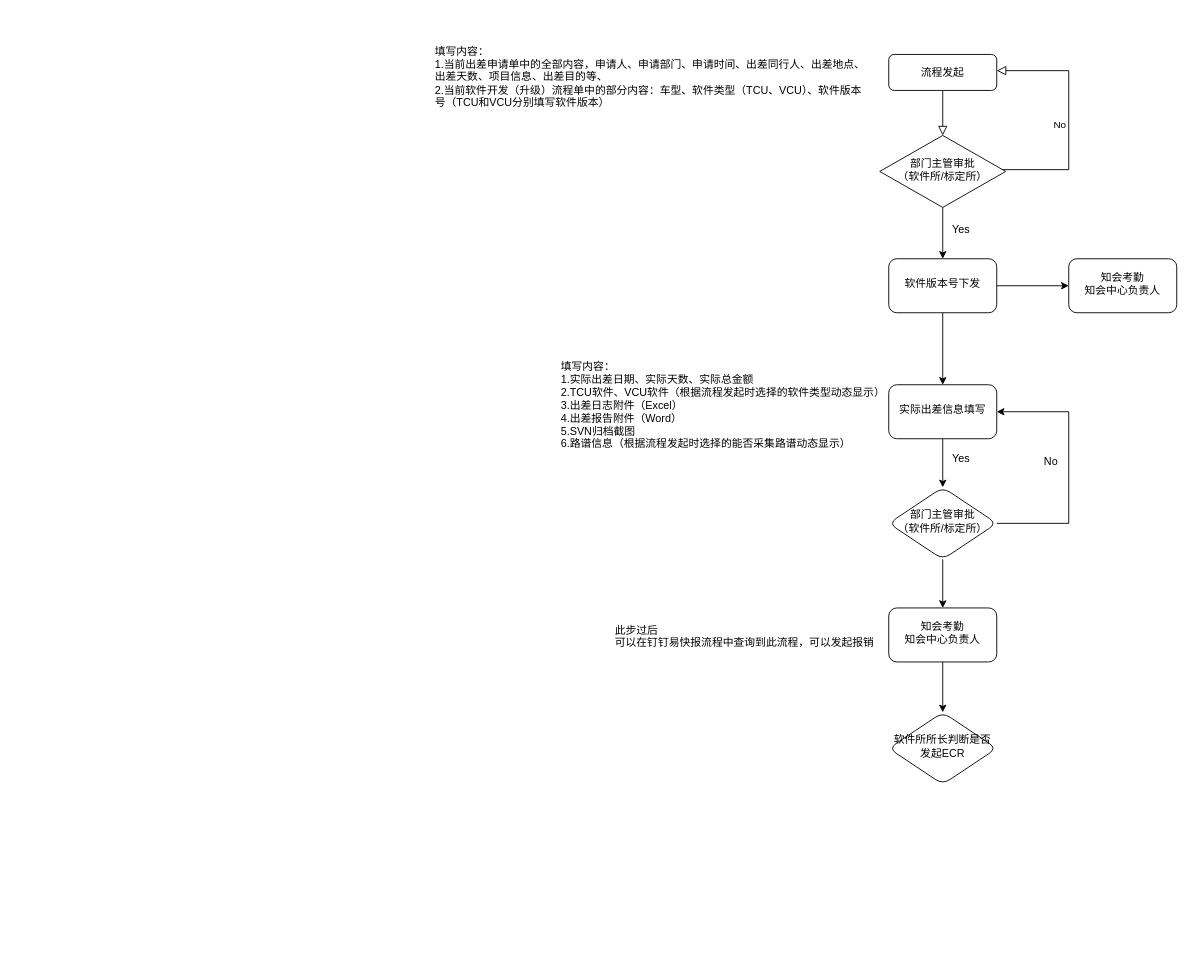
The draw.io diagram 软件标定流程图.drawio in donx0601/note-gen-image-sync, before the edit. Source tidied: cells renumbered, new cells numbered last; positions are measured from the earlier drawing's top-left corner, leaving out a move shared by most shapes. Both pictures are drawn from the tidied source at 90%, with x=0, y=0 at pixel (429, 18).
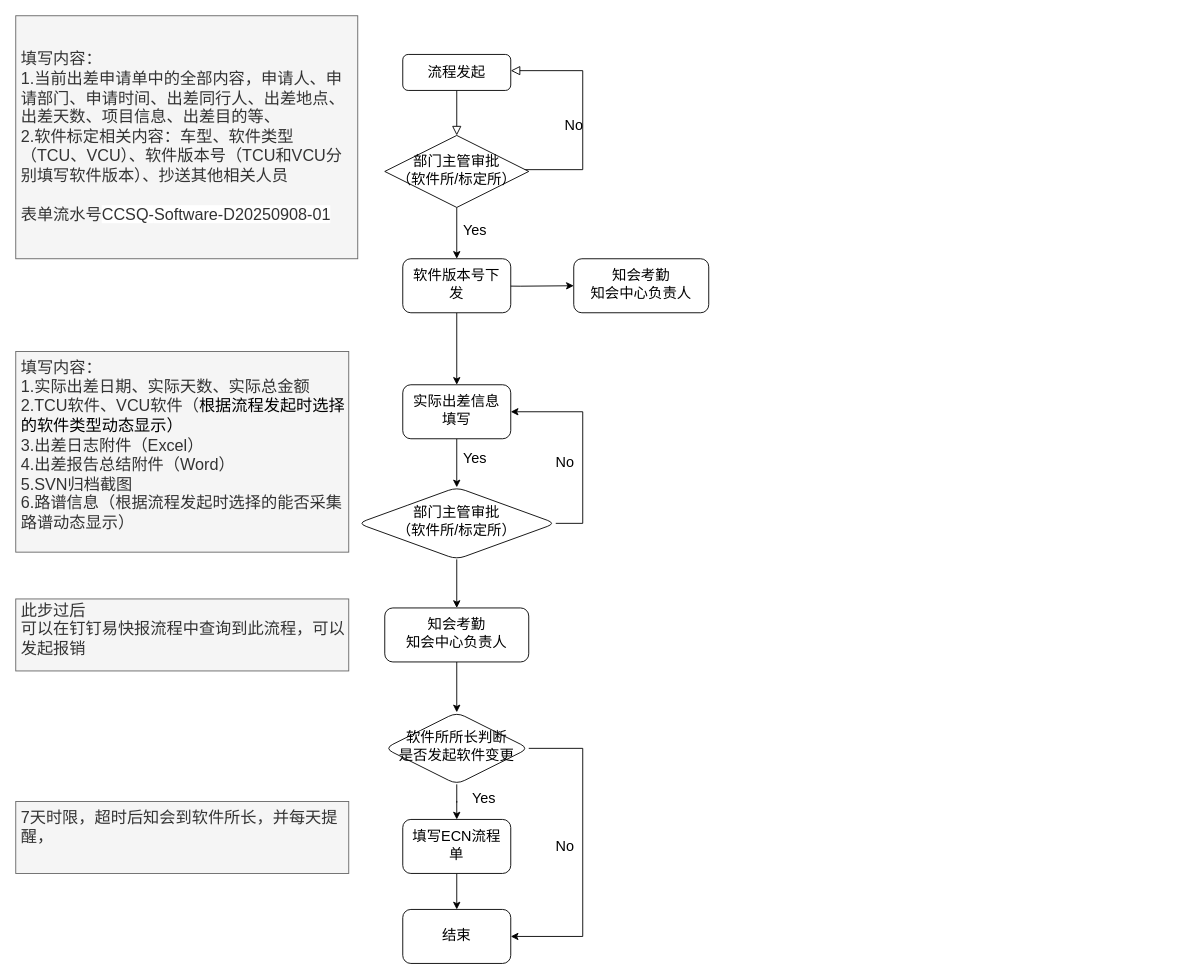
The same diagram, later.

Commit message:
更新软件标定流程图.drawio

Diff of the diagram source:
```diff
@@
-    <mxCell id="2" style="rounded=0;html=1;jettySize=auto;fontSize=11;endArrow=block;endFill=0;endSize=8;strokeWidth=1;shadow=0;labelBackgroundColor=none;edgeStyle=orthogonalEdgeStyle;" parent="1" edge="1" source="3" target="6">
+    <mxCell id="2" style="rounded=0;html=1;jettySize=auto;fontSize=16;endArrow=block;endFill=0;endSize=8;strokeWidth=1;shadow=0;labelBackgroundColor=none;edgeStyle=orthogonalEdgeStyle;" parent="1" edge="1" source="3" target="6">
       <mxGeometry relative="1" as="geometry" />
     </mxCell>
-    <mxCell id="3" value="流程发起" style="rounded=1;whiteSpace=wrap;html=1;fontSize=12;glass=0;strokeWidth=1;shadow=0;" parent="1" vertex="1">
-      <mxGeometry x="510" y="40" width="120" height="40" as="geometry" />
+    <mxCell id="3" value="流程发起" style="rounded=1;whiteSpace=wrap;html=1;fontSize=16;glass=0;strokeWidth=1;shadow=0;" parent="1" vertex="1">
+      <mxGeometry x="-30" y="40" width="120" height="40" as="geometry" />
     </mxCell>
-    <mxCell id="4" value="No" style="edgeStyle=orthogonalEdgeStyle;rounded=0;html=1;jettySize=auto;orthogonalLoop=1;fontSize=11;endArrow=block;endFill=0;endSize=8;strokeWidth=1;shadow=0;labelBackgroundColor=none;entryX=1;entryY=0.5;entryDx=0;entryDy=0;" parent="1" edge="1">
+    <mxCell id="4" value="No" style="edgeStyle=orthogonalEdgeStyle;rounded=0;html=1;jettySize=auto;orthogonalLoop=1;fontSize=16;endArrow=block;endFill=0;endSize=8;strokeWidth=1;shadow=0;labelBackgroundColor=none;entryX=1;entryY=0.5;entryDx=0;entryDy=0;" parent="1" edge="1">
       <mxGeometry y="10" relative="1" as="geometry">
-        <mxPoint x="620" y="168" as="sourcePoint" />
-        <mxPoint x="630" y="58" as="targetPoint" />
+        <mxPoint x="80" y="168" as="sourcePoint" />
+        <mxPoint x="90" y="58" as="targetPoint" />
         <Array as="points">
-          <mxPoint x="710" y="168" />
-          <mxPoint x="710" y="58" />
+          <mxPoint x="170" y="168" />
+          <mxPoint x="170" y="58" />
         </Array>
       </mxGeometry>
     </mxCell>
-    <mxCell id="5" style="edgeStyle=orthogonalEdgeStyle;rounded=0;jettySize=auto;html=1;" parent="1" edge="1" source="6" target="10">
+    <mxCell id="5" style="edgeStyle=orthogonalEdgeStyle;rounded=0;jettySize=auto;html=1;fontSize=16;" parent="1" edge="1" source="6" target="10">
       <mxGeometry relative="1" as="geometry" />
     </mxCell>
-    <mxCell id="6" value="部门主管审批&lt;div&gt;（软件所/标定所）&lt;/div&gt;" style="rhombus;whiteSpace=wrap;html=1;shadow=0;fontFamily=Helvetica;fontSize=12;align=center;strokeWidth=1;spacing=6;spacingTop=-4;" parent="1" vertex="1">
-      <mxGeometry x="500" y="130" width="140" height="80" as="geometry" />
+    <mxCell id="6" value="部门主管审批&lt;div&gt;（软件所/标定所）&lt;/div&gt;" style="rhombus;whiteSpace=wrap;html=1;shadow=0;fontFamily=Helvetica;fontSize=16;align=center;strokeWidth=1;spacing=6;spacingTop=-4;" parent="1" vertex="1">
+      <mxGeometry x="-50" y="130" width="160" height="80" as="geometry" />
     </mxCell>
-    <mxCell id="7" value="填写内容：&lt;div&gt;1.当前出差申请单中的全部内容，申请人、申请部门、申请时间、出差同行人、出差地点、出差天数、项目信息、出差目的等、&lt;/div&gt;&lt;div&gt;2.当前软件开发（升级）流程单中的部分内容：车型、软件类型（TCU、VCU）、软件版本号（TCU和VCU分别填写软件版本）&lt;/div&gt;" style="text;strokeColor=none;fillColor=none;align=left;verticalAlign=middle;spacingLeft=4;spacingRight=4;overflow=hidden;whiteSpace=wrap;html=1;" parent="1" vertex="1">
-      <mxGeometry width="490" height="130" as="geometry" />
+    <mxCell id="7" value="&lt;font style=&quot;font-size: 18px;&quot;&gt;填写内容：&lt;/font&gt;&lt;div&gt;&lt;font style=&quot;font-size: 18px;&quot;&gt;1.当前出差申请单中的全部内容，申请人、申请部门、申请时间、出差同行人、出差地点、出差天数、项目信息、出差目的等、&lt;/font&gt;&lt;/div&gt;&lt;div&gt;&lt;font style=&quot;font-size: 18px;&quot;&gt;2.软件标定相关内容：车型、软件类型（TCU、VCU）、软件版本号（TCU和VCU分别填写软件版本）、抄送其他相关人员&lt;/font&gt;&lt;/div&gt;&lt;div&gt;&lt;font style=&quot;font-size: 18px;&quot;&gt;&lt;br&gt;&lt;/font&gt;&lt;/div&gt;&lt;div&gt;&lt;font style=&quot;font-size: 18px;&quot;&gt;表单流水号&lt;span style=&quot;background-color: rgb(255, 255, 255); color: rgb(51, 51, 51); font-family: &amp;quot;Microsoft YaHei&amp;quot;; text-align: center;&quot;&gt;CCSQ-&lt;/span&gt;&lt;span style=&quot;background-color: rgb(255, 255, 255); color: rgb(51, 51, 51); font-family: &amp;quot;Microsoft YaHei&amp;quot;;&quot;&gt;Software-D20250908-01&lt;/span&gt;&lt;/font&gt;&lt;/div&gt;" style="text;strokeColor=#666666;fillColor=#f5f5f5;align=left;verticalAlign=middle;spacingLeft=4;spacingRight=4;overflow=hidden;whiteSpace=wrap;html=1;fontColor=#333333;" parent="1" vertex="1">
+      <mxGeometry x="-460" y="-3" width="380" height="270" as="geometry" />
     </mxCell>
-    <mxCell id="8" style="edgeStyle=orthogonalEdgeStyle;rounded=0;jettySize=auto;html=1;" parent="1" edge="1" source="10" target="12">
-      <mxGeometry relative="1" as="geometry" />
+    <mxCell id="8" style="edgeStyle=orthogonalEdgeStyle;rounded=0;jettySize=auto;html=1;fontSize=16;entryX=0;entryY=0.5;entryDx=0;entryDy=0;" parent="1" edge="1" target="12">
+      <mxGeometry relative="1" as="geometry">
+        <mxPoint x="40" y="297" as="sourcePoint" />
+      </mxGeometry>
     </mxCell>
-    <mxCell id="9" style="edgeStyle=orthogonalEdgeStyle;rounded=0;jettySize=auto;html=1;" parent="1" edge="1" source="10" target="14">
+    <mxCell id="9" style="edgeStyle=orthogonalEdgeStyle;rounded=0;jettySize=auto;html=1;fontSize=16;" parent="1" edge="1" source="10" target="14">
       <mxGeometry relative="1" as="geometry" />
     </mxCell>
-    <mxCell id="10" value="软件版本号下发" style="rounded=1;whiteSpace=wrap;html=1;shadow=0;strokeWidth=1;spacing=6;spacingTop=-4;" parent="1" vertex="1">
-      <mxGeometry x="510" y="267" width="120" height="60" as="geometry" />
+    <mxCell id="10" value="软件版本号下发" style="rounded=1;whiteSpace=wrap;html=1;shadow=0;strokeWidth=1;spacing=6;spacingTop=-4;fontSize=16;" parent="1" vertex="1">
+      <mxGeometry x="-30" y="267" width="120" height="60" as="geometry" />
     </mxCell>
-    <mxCell id="11" value="Yes" style="text;html=1;align=center;verticalAlign=middle;strokeColor=none;fillColor=none;" parent="1" vertex="1">
-      <mxGeometry x="570" y="220" width="40" height="30" as="geometry" />
+    <mxCell id="11" value="Yes" style="text;html=1;align=center;verticalAlign=middle;strokeColor=none;fillColor=none;fontSize=16;" parent="1" vertex="1">
+      <mxGeometry x="25" y="220" width="50" height="30" as="geometry" />
     </mxCell>
-    <mxCell id="12" value="知会考勤&lt;div&gt;知会中心负责人&lt;/div&gt;" style="whiteSpace=wrap;html=1;rounded=1;shadow=0;strokeWidth=1;spacing=6;spacingTop=-4;" parent="1" vertex="1">
-      <mxGeometry x="710" y="267" width="120" height="60" as="geometry" />
+    <mxCell id="12" value="知会考勤&lt;div&gt;知会中心负责人&lt;/div&gt;" style="whiteSpace=wrap;html=1;rounded=1;shadow=0;strokeWidth=1;spacing=6;spacingTop=-4;fontSize=16;" parent="1" vertex="1">
+      <mxGeometry x="160" y="267" width="150" height="60" as="geometry" />
     </mxCell>
-    <mxCell id="13" style="edgeStyle=orthogonalEdgeStyle;rounded=0;jettySize=auto;html=1;" parent="1" edge="1" source="14" target="18">
+    <mxCell id="13" style="edgeStyle=orthogonalEdgeStyle;rounded=0;jettySize=auto;html=1;fontSize=16;" parent="1" edge="1" source="14" target="18">
       <mxGeometry relative="1" as="geometry" />
     </mxCell>
-    <mxCell id="14" value="实际出差信息填写" style="whiteSpace=wrap;html=1;rounded=1;shadow=0;strokeWidth=1;spacing=6;spacingTop=-4;" parent="1" vertex="1">
-      <mxGeometry x="510" y="407" width="120" height="60" as="geometry" />
+    <mxCell id="14" value="实际出差信息填写" style="whiteSpace=wrap;html=1;rounded=1;shadow=0;strokeWidth=1;spacing=6;spacingTop=-4;fontSize=16;" parent="1" vertex="1">
+      <mxGeometry x="-30" y="407" width="120" height="60" as="geometry" />
     </mxCell>
-    <mxCell id="15" value="填写内容：&lt;div&gt;1.实际出差日期、实际天数、实际总金额&lt;/div&gt;&lt;div&gt;2.TCU软件、VCU软件（&lt;span style=&quot;background-color: transparent; color: light-dark(rgb(0, 0, 0), rgb(255, 255, 255));&quot;&gt;根据流程发起时选择的软件类型动态显示）&lt;/span&gt;&lt;/div&gt;&lt;div&gt;3.出差日志附件（Excel）&lt;/div&gt;&lt;div&gt;4.出差报告附件（Word）&lt;/div&gt;&lt;div&gt;5.SVN归档截图&lt;/div&gt;&lt;div&gt;6.路谱信息（根据流程发起时选择的能否采集路谱动态显示）&lt;/div&gt;&lt;div&gt;&lt;br&gt;&lt;/div&gt;" style="text;strokeColor=none;fillColor=none;align=left;verticalAlign=middle;spacingLeft=4;spacingRight=4;overflow=hidden;whiteSpace=wrap;html=1;" parent="1" vertex="1">
-      <mxGeometry x="140" y="372" width="380" height="130" as="geometry" />
+    <mxCell id="15" value="&lt;font style=&quot;font-size: 18px;&quot;&gt;填写内容：&lt;/font&gt;&lt;div&gt;&lt;font style=&quot;font-size: 18px;&quot;&gt;1.实际出差日期、实际天数、实际总金额&lt;/font&gt;&lt;/div&gt;&lt;div&gt;&lt;font style=&quot;font-size: 18px;&quot;&gt;2.TCU软件、VCU软件（&lt;span style=&quot;background-color: transparent; color: light-dark(rgb(0, 0, 0), rgb(255, 255, 255));&quot;&gt;根据流程发起时选择的软件类型动态显示）&lt;/span&gt;&lt;/font&gt;&lt;/div&gt;&lt;div&gt;&lt;font style=&quot;font-size: 18px;&quot;&gt;3.出差日志附件（Excel）&lt;/font&gt;&lt;/div&gt;&lt;div&gt;&lt;font style=&quot;font-size: 18px;&quot;&gt;4.出差报告总结附件（Word）&lt;/font&gt;&lt;/div&gt;&lt;div&gt;&lt;font style=&quot;font-size: 18px;&quot;&gt;5.SVN归档截图&lt;/font&gt;&lt;/div&gt;&lt;div&gt;&lt;font style=&quot;font-size: 18px;&quot;&gt;6.路谱信息（根据流程发起时选择的能否采集路谱动态显示）&lt;/font&gt;&lt;/div&gt;&lt;div&gt;&lt;br&gt;&lt;/div&gt;" style="text;strokeColor=#666666;fillColor=#f5f5f5;align=left;verticalAlign=middle;spacingLeft=4;spacingRight=4;overflow=hidden;whiteSpace=wrap;html=1;fontColor=#333333;" parent="1" vertex="1">
+      <mxGeometry x="-460" y="370" width="370" height="223" as="geometry" />
     </mxCell>
-    <mxCell id="16" style="edgeStyle=orthogonalEdgeStyle;rounded=0;jettySize=auto;html=1;" parent="1" edge="1" source="18">
+    <mxCell id="16" style="edgeStyle=orthogonalEdgeStyle;rounded=0;jettySize=auto;html=1;fontSize=16;" parent="1" edge="1" source="18">
       <mxGeometry relative="1" as="geometry">
-        <mxPoint x="630" y="437" as="targetPoint" />
+        <mxPoint x="90" y="437" as="targetPoint" />
         <Array as="points">
-          <mxPoint x="710" y="561" />
-          <mxPoint x="710" y="437" />
+          <mxPoint x="170" y="561" />
+          <mxPoint x="170" y="437" />
         </Array>
       </mxGeometry>
     </mxCell>
-    <mxCell id="17" style="edgeStyle=orthogonalEdgeStyle;rounded=0;jettySize=auto;html=1;" parent="1" edge="1" source="18" target="20">
+    <mxCell id="17" style="edgeStyle=orthogonalEdgeStyle;rounded=0;jettySize=auto;html=1;fontSize=16;" parent="1" edge="1" source="18" target="20">
       <mxGeometry relative="1" as="geometry" />
     </mxCell>
-    <mxCell id="18" value="部门主管审批&lt;div&gt;（软件所/标定所）&lt;/div&gt;" style="rhombus;whiteSpace=wrap;html=1;rounded=1;shadow=0;strokeWidth=1;spacing=6;spacingTop=-4;" parent="1" vertex="1">
-      <mxGeometry x="510" y="521" width="120" height="80" as="geometry" />
+    <mxCell id="18" value="部门主管审批&lt;div&gt;（软件所/标定所）&lt;/div&gt;" style="rhombus;whiteSpace=wrap;html=1;rounded=1;shadow=0;strokeWidth=1;spacing=6;spacingTop=-4;fontSize=16;" parent="1" vertex="1">
+      <mxGeometry x="-80" y="521" width="220" height="80" as="geometry" />
     </mxCell>
-    <mxCell id="19" style="edgeStyle=orthogonalEdgeStyle;rounded=0;jettySize=auto;html=1;" parent="1" edge="1" source="20" target="22">
+    <mxCell id="19" style="edgeStyle=orthogonalEdgeStyle;rounded=0;jettySize=auto;html=1;fontSize=16;" parent="1" edge="1" source="20" target="22">
       <mxGeometry relative="1" as="geometry" />
     </mxCell>
-    <mxCell id="20" value="知会考勤&lt;div&gt;知会中心负责人&lt;/div&gt;" style="whiteSpace=wrap;html=1;rounded=1;shadow=0;strokeWidth=1;spacing=6;spacingTop=-4;" parent="1" vertex="1">
-      <mxGeometry x="510" y="655" width="120" height="60" as="geometry" />
+    <mxCell id="20" value="知会考勤&lt;div&gt;知会中心负责人&lt;/div&gt;" style="whiteSpace=wrap;html=1;rounded=1;shadow=0;strokeWidth=1;spacing=6;spacingTop=-4;fontSize=16;" parent="1" vertex="1">
+      <mxGeometry x="-50" y="655" width="160" height="60" as="geometry" />
     </mxCell>
-    <mxCell id="21" value="此步过后&lt;div&gt;可以在钉钉易快报流程中查询到此流程，可以发起报销&lt;br&gt;&lt;div&gt;&lt;br&gt;&lt;div&gt;&lt;br&gt;&lt;/div&gt;&lt;/div&gt;&lt;/div&gt;" style="text;strokeColor=none;fillColor=none;align=left;verticalAlign=middle;spacingLeft=4;spacingRight=4;overflow=hidden;whiteSpace=wrap;html=1;" parent="1" vertex="1">
-      <mxGeometry x="200" y="670" width="300" height="30" as="geometry" />
+    <mxCell id="21" value="&lt;font style=&quot;font-size: 18px;&quot;&gt;此步过后&lt;/font&gt;&lt;div&gt;&lt;font style=&quot;font-size: 18px;&quot;&gt;可以在钉钉易快报流程中查询到此流程，可以发起报销&lt;br&gt;&lt;/font&gt;&lt;div&gt;&lt;font style=&quot;font-size: 18px;&quot;&gt;&lt;br&gt;&lt;/font&gt;&lt;div&gt;&lt;br&gt;&lt;/div&gt;&lt;/div&gt;&lt;/div&gt;" style="text;strokeColor=#666666;fillColor=#f5f5f5;align=left;verticalAlign=middle;spacingLeft=4;spacingRight=4;overflow=hidden;whiteSpace=wrap;html=1;fontColor=#333333;" parent="1" vertex="1">
+      <mxGeometry x="-460" y="645" width="370" height="80" as="geometry" />
     </mxCell>
+    <mxCell id="25" style="edgeStyle=orthogonalEdgeStyle;rounded=0;jettySize=auto;html=1;fontSize=16;" parent="1" edge="1" source="22" target="28">
+      <mxGeometry relative="1" as="geometry" />
+    </mxCell>
+    <mxCell id="26" style="edgeStyle=orthogonalEdgeStyle;rounded=0;jettySize=auto;html=1;fontSize=16;" parent="1" edge="1" source="22">
+      <mxGeometry relative="1" as="geometry">
+        <mxPoint x="90" y="1020" as="targetPoint" />
+        <Array as="points">
+          <mxPoint x="170" y="811" />
+          <mxPoint x="170" y="1020" />
+        </Array>
+      </mxGeometry>
+    </mxCell>
-    <mxCell id="22" value="软件所所长判断是否发起ECR" style="rhombus;whiteSpace=wrap;html=1;rounded=1;shadow=0;strokeWidth=1;spacing=6;spacingTop=-4;" parent="1" vertex="1">
-      <mxGeometry x="510" y="771" width="120" height="80" as="geometry" />
+    <mxCell id="22" value="软件所所长判断&lt;div&gt;是否发起软件变更&lt;/div&gt;" style="rhombus;whiteSpace=wrap;html=1;rounded=1;shadow=0;strokeWidth=1;spacing=6;spacingTop=-4;fontSize=16;" parent="1" vertex="1">
+      <mxGeometry x="-50" y="771" width="160" height="80" as="geometry" />
     </mxCell>
-    <mxCell id="23" value="Yes" style="text;html=1;align=center;verticalAlign=middle;strokeColor=none;fillColor=none;" parent="1" vertex="1">
-      <mxGeometry x="570" y="474" width="40" height="30" as="geometry" />
+    <mxCell id="23" value="Yes" style="text;html=1;align=center;verticalAlign=middle;strokeColor=none;fillColor=none;fontSize=16;" parent="1" vertex="1">
+      <mxGeometry x="25" y="474" width="50" height="30" as="geometry" />
     </mxCell>
-    <mxCell id="24" value="No" style="text;html=1;align=center;verticalAlign=middle;strokeColor=none;fillColor=none;" parent="1" vertex="1">
-      <mxGeometry x="670" y="478" width="40" height="30" as="geometry" />
+    <mxCell id="24" value="No" style="text;html=1;align=center;verticalAlign=middle;strokeColor=none;fillColor=none;fontSize=16;" parent="1" vertex="1">
+      <mxGeometry x="130" y="478" width="40" height="30" as="geometry" />
     </mxCell>
+    <mxCell id="27" style="edgeStyle=orthogonalEdgeStyle;rounded=0;jettySize=auto;html=1;fontSize=16;" parent="1" edge="1" source="28" target="30">
+      <mxGeometry relative="1" as="geometry" />
+    </mxCell>
+    <mxCell id="28" value="填写ECN流程单" style="whiteSpace=wrap;html=1;rounded=1;shadow=0;strokeWidth=1;spacing=6;spacingTop=-4;fontSize=16;" parent="1" vertex="1">
+      <mxGeometry x="-30" y="890" width="120" height="60" as="geometry" />
+    </mxCell>
+    <mxCell id="29" value="&lt;div&gt;&lt;font style=&quot;font-size: 18px;&quot;&gt;7天时限，超时后&lt;/font&gt;&lt;span style=&quot;font-size: 18px; background-color: transparent; color: light-dark(rgb(51, 51, 51), rgb(193, 193, 193));&quot;&gt;知会到软件所长，并&lt;/span&gt;&lt;span style=&quot;font-size: 18px; background-color: transparent; color: light-dark(rgb(51, 51, 51), rgb(193, 193, 193));&quot;&gt;每天提醒，&lt;/span&gt;&lt;/div&gt;&lt;div&gt;&lt;font style=&quot;font-size: 18px;&quot;&gt;&lt;br&gt;&lt;/font&gt;&lt;/div&gt;" style="text;strokeColor=#666666;fillColor=#f5f5f5;align=left;verticalAlign=middle;spacingLeft=4;spacingRight=4;overflow=hidden;whiteSpace=wrap;html=1;fontColor=#333333;" parent="1" vertex="1">
+      <mxGeometry x="-460" y="870" width="370" height="80" as="geometry" />
+    </mxCell>
+    <mxCell id="30" value="结束" style="whiteSpace=wrap;html=1;rounded=1;shadow=0;strokeWidth=1;spacing=6;spacingTop=-4;fontSize=16;" parent="1" vertex="1">
+      <mxGeometry x="-30" y="990" width="120" height="60" as="geometry" />
+    </mxCell>
+    <mxCell id="31" value="Yes" style="text;html=1;align=center;verticalAlign=middle;strokeColor=none;fillColor=none;fontSize=16;" parent="1" vertex="1">
+      <mxGeometry x="35" y="851" width="50" height="30" as="geometry" />
+    </mxCell>
+    <mxCell id="32" value="No" style="text;html=1;align=center;verticalAlign=middle;strokeColor=none;fillColor=none;fontSize=16;" parent="1" vertex="1">
+      <mxGeometry x="130" y="905" width="40" height="30" as="geometry" />
+    </mxCell>
```
